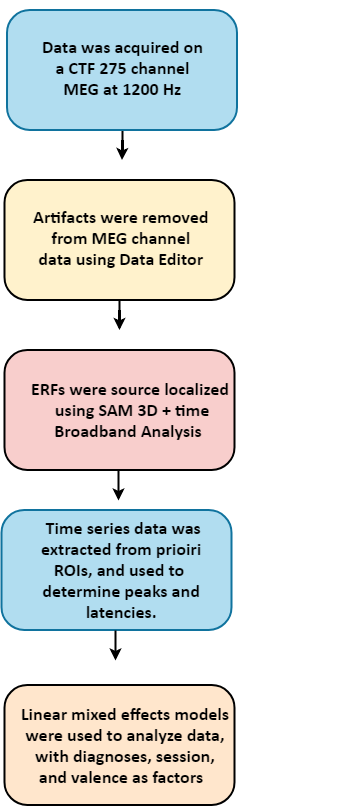
Earlier version of the draw.io export Methods_Flowchart.png (linneasf/jupyter). Source tidied: cells renumbered, new cells last; positions are measured from the earlier drawing's top-left corner, leaving out a move shared by most shapes.
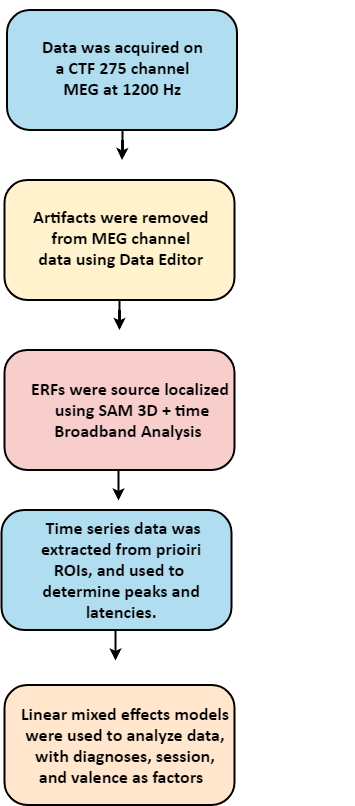
The same file after the commit.

What changed in the source:
```diff
@@ -39,7 +39,7 @@
         <mxPoint x="115" y="150" as="targetPoint" />
       </mxGeometry>
     </mxCell>
-    <mxCell id="13" value="&lt;br&gt;&lt;br&gt;&lt;br&gt;&lt;br&gt;&lt;br&gt;&lt;br&gt;&lt;br&gt;&lt;br&gt;&lt;br&gt;&lt;br&gt;" style="rounded=1;fillColor=#b1ddf0;strokeColor=#10739e;arcSize=19;whiteSpace=wrap;html=1;strokeWidth=2;" parent="11" vertex="1">
+    <mxCell id="13" value="&lt;br&gt;&lt;br&gt;&lt;br&gt;&lt;br&gt;&lt;br&gt;&lt;br&gt;&lt;br&gt;&lt;br&gt;&lt;br&gt;&lt;br&gt;" style="rounded=1;fillColor=#b1ddf0;strokeColor=#000000;arcSize=19;whiteSpace=wrap;html=1;strokeWidth=2;" parent="11" vertex="1">
       <mxGeometry width="230" height="120" as="geometry" />
     </mxCell>
     <mxCell id="14" value="&lt;div style=&quot;text-align: center ; font-size: 18px&quot;&gt;&lt;font style=&quot;font-size: 18px&quot;&gt;&lt;b&gt;Data was acquired on&amp;nbsp;&lt;/b&gt;&lt;/font&gt;&lt;/div&gt;&lt;div style=&quot;text-align: center ; font-size: 18px&quot;&gt;&lt;b&gt;&lt;font style=&quot;font-size: 18px&quot;&gt;&lt;font style=&quot;font-size: 18px&quot;&gt;a&amp;nbsp;&lt;/font&gt;CTF 275 channel&amp;nbsp;&lt;/font&gt;&lt;/b&gt;&lt;/div&gt;&lt;div style=&quot;text-align: center ; font-size: 18px&quot;&gt;&lt;b&gt;&lt;font style=&quot;font-size: 18px&quot;&gt;&lt;font style=&quot;font-size: 18px&quot;&gt;MEG at 1200 Hz&lt;/font&gt;&lt;font face=&quot;maple&quot; style=&quot;font-size: 18px&quot;&gt;&amp;nbsp;&lt;/font&gt;&lt;/font&gt;&lt;/b&gt;&lt;/div&gt;" style="text;html=1;fontFamily=calibri;" parent="11" vertex="1">
@@ -70,7 +70,7 @@
     <mxCell id="20" style="group;fillColor=none;strokeColor=none;" parent="2" vertex="1">
       <mxGeometry y="500" width="353" height="120" as="geometry" />
     </mxCell>
-    <mxCell id="21" style="rounded=1;fillColor=#b1ddf0;strokeColor=#10739e;arcSize=19;whiteSpace=wrap;html=1;strokeWidth=2;" parent="20" vertex="1">
+    <mxCell id="21" style="rounded=1;fillColor=#b1ddf0;strokeColor=#000000;arcSize=19;whiteSpace=wrap;html=1;strokeWidth=2;" parent="20" vertex="1">
       <mxGeometry width="230" height="120" as="geometry" />
     </mxCell>
     <mxCell id="22" value="&lt;font style=&quot;font-size: 18px&quot; face=&quot;calibri&quot;&gt;&lt;b&gt;&amp;nbsp;Time series data was &lt;br&gt;extracted from prioiri &lt;br&gt;ROIs, and used to&amp;nbsp;&amp;nbsp;&lt;br&gt;determine peaks and &lt;br&gt;latencies.&amp;nbsp;&lt;/b&gt;&lt;/font&gt;" style="text;html=1;align=center;verticalAlign=middle;fillColor=none;strokeColor=none;rounded=0;fontFamily=mapel;" parent="20" vertex="1">
```
